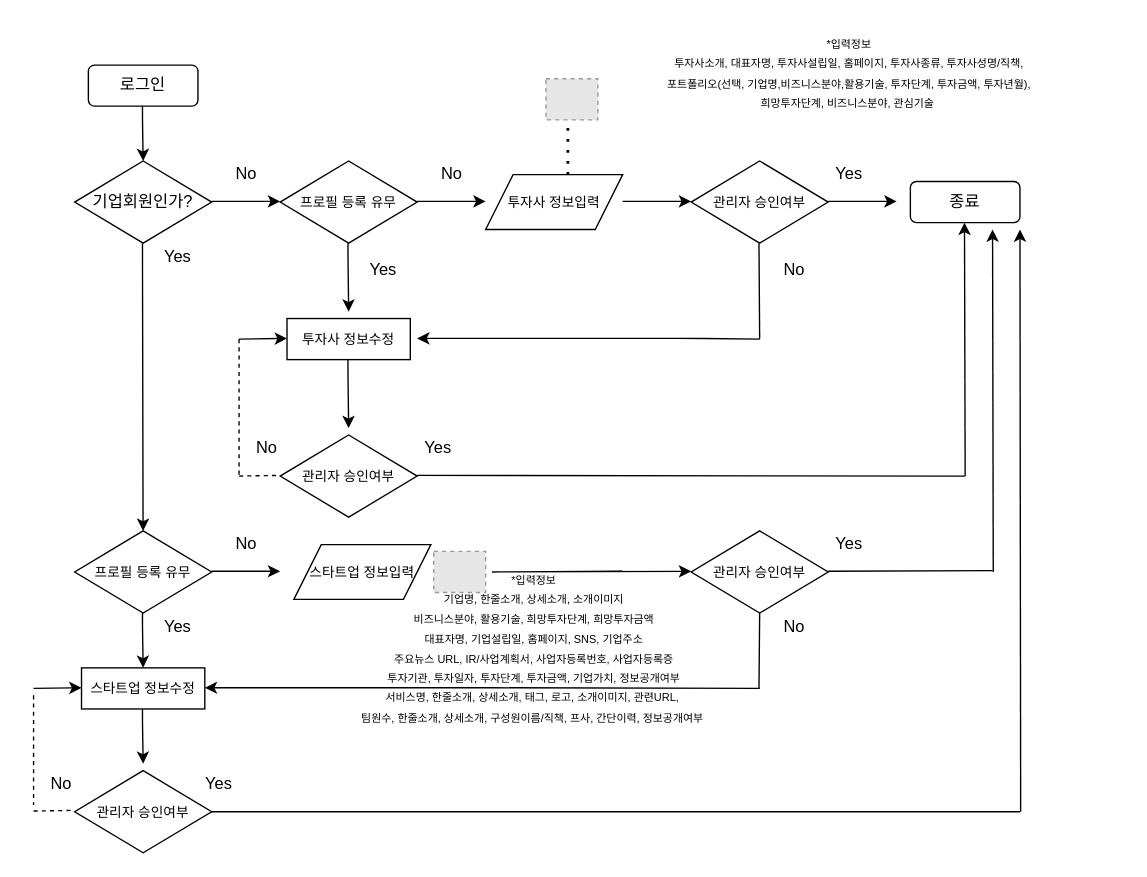
Lucidhomme/TIL keeps this draw.io diagram as 비즈니스나우 프로필.drawio. Above is the earlier version. Source tidied: cells renumbered, new cells numbered last; positions are measured from the earlier drawing's top-left corner, leaving out a move shared by most shapes. Both pictures are drawn from the tidied source at 137%, with x=0, y=0 at pixel (33, 23). Pictures stored in the file or linked from it are replaced by grey dashed boxes.
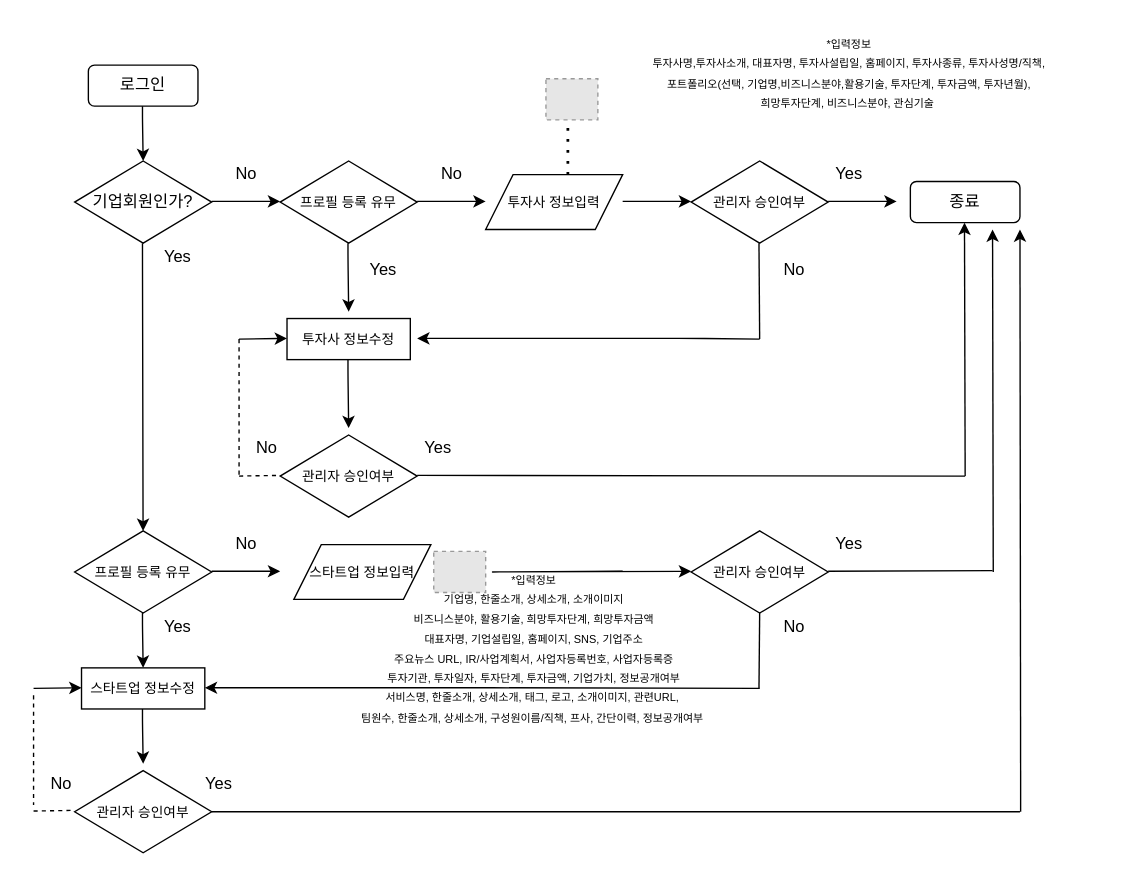
The same diagram, later.

Commit message:
Update 비즈니스나우 프로필.drawio

What changed in the source:
```diff
@@
-    <mxCell id="17" value="&lt;span style=&quot;font-size: 8px&quot;&gt;*입력정보&lt;br&gt;투자사소개, 대표자명, 투자사설립일, 홈페이지, 투자사종류, 투자사성명/직책, &lt;br&gt;포트폴리오(선택, 기업명,비즈니스분야,활용기술, 투자단계, 투자금액, 투자년월),&lt;br&gt;희망투자단계, 비즈니스분야, 관심기술&amp;nbsp;&lt;br&gt;&lt;/span&gt;" style="text;html=1;align=center;verticalAlign=middle;fillColor=none;strokeColor=none;rounded=0;" parent="1" vertex="1">
-      <mxGeometry x="410" width="370" height="70" as="geometry" />
+    <mxCell id="17" value="&lt;span style=&quot;font-size: 8px&quot;&gt;*입력정보&lt;br&gt;투자사명,투자사소개, 대표자명, 투자사설립일, 홈페이지, 투자사종류, 투자사성명/직책, &lt;br&gt;포트폴리오(선택, 기업명,비즈니스분야,활용기술, 투자단계, 투자금액, 투자년월),&lt;br&gt;희망투자단계, 비즈니스분야, 관심기술&amp;nbsp;&lt;br&gt;&lt;/span&gt;" style="text;html=1;align=center;verticalAlign=middle;fillColor=none;strokeColor=none;rounded=0;" parent="1" vertex="1">
+      <mxGeometry x="395" width="400" height="70" as="geometry" />
     </mxCell>
```
